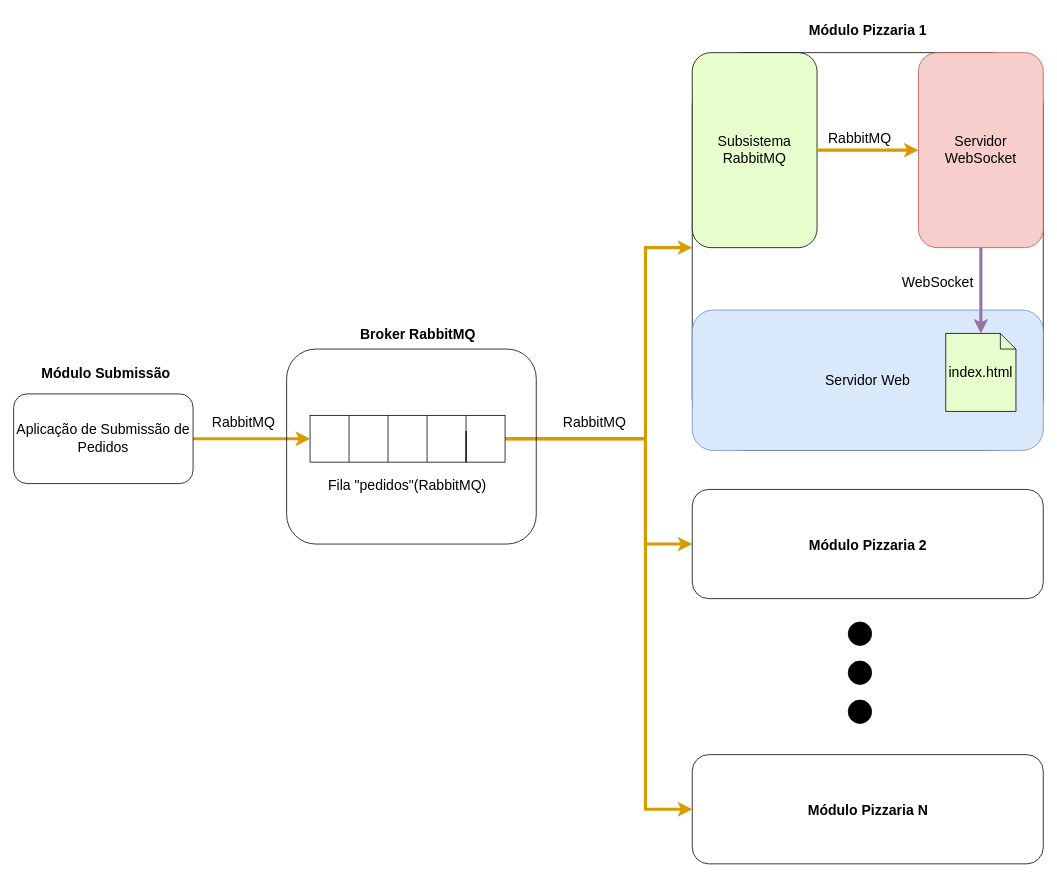
Before: resources/Rabbit Pizza.drawio in rafaelfl/rabbitmq-front-sd-2021-2, a draw.io diagram. Source tidied: cells renumbered, new cells numbered last; positions are measured from the earlier drawing's top-left corner, leaving out a move shared by most shapes. Both pictures are drawn from the tidied source at 78%, with x=0, y=0 at pixel (13, 13).
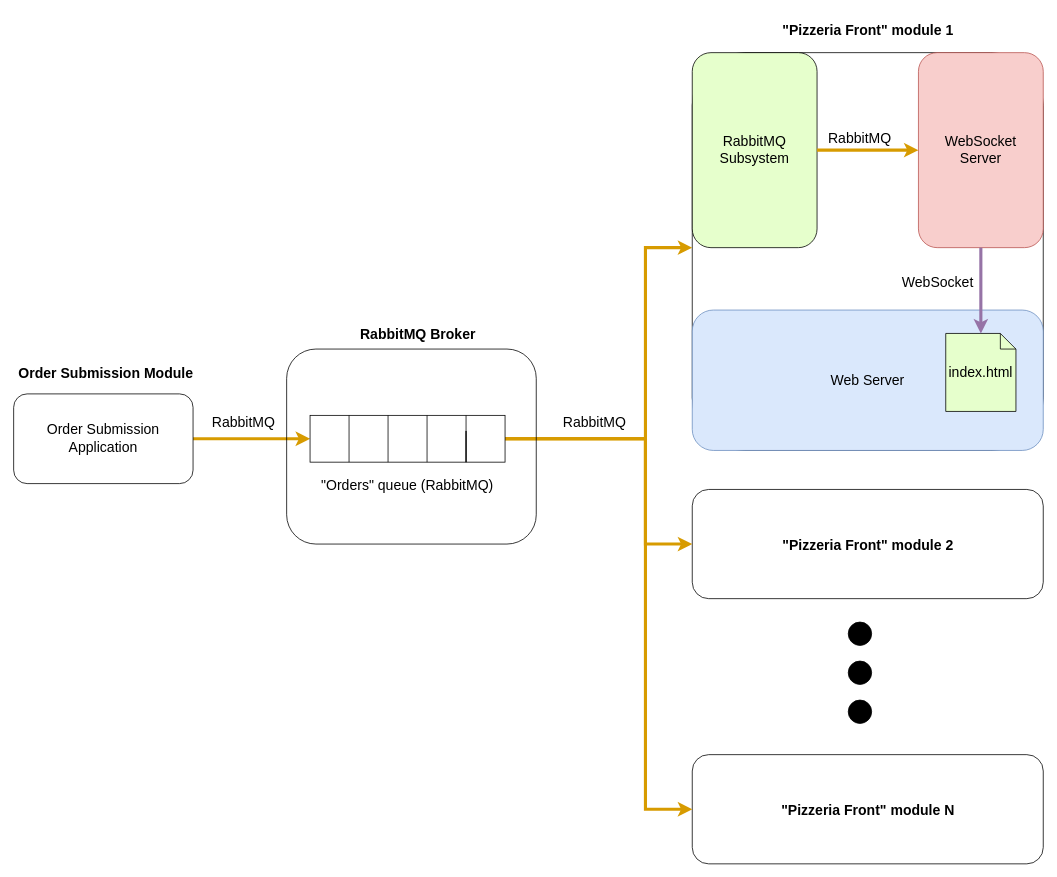
The same diagram, later.

The change refers to these unchanged cells:
```xml
<mxCell id="20" style="group;fillColor=default;" parent="1" vertex="1">
  <mxGeometry x="870" y="610" width="450" height="140" as="geometry" />
</mxCell>
<mxCell id="23" style="group;fillColor=default;" parent="1" vertex="1">
  <mxGeometry x="870" y="950" width="450" height="140" as="geometry" />
</mxCell>
<mxCell id="28" style="group;" parent="1" vertex="1">
  <mxGeometry x="350" y="370" width="320" height="310" as="geometry" />
</mxCell>
<mxCell id="38" style="group;" parent="1" vertex="1">
  <mxGeometry y="370" width="235" height="232.5" as="geometry" />
</mxCell>
```

Diff of the diagram source:
```diff
@@
-    <mxCell id="5" value="Subsistema RabbitMQ" style="rounded=1;whiteSpace=wrap;html=1;fontSize=18;fillColor=#E6FFCC;" parent="1" vertex="1">
+    <mxCell id="5" value="RabbitMQ&lt;br&gt;Subsystem" style="rounded=1;whiteSpace=wrap;html=1;fontSize=18;fillColor=#E6FFCC;" parent="1" vertex="1">
       <mxGeometry x="870" y="50" width="160" height="250" as="geometry" />
     </mxCell>
-    <mxCell id="6" value="Servidor WebSocket" style="rounded=1;whiteSpace=wrap;html=1;fontSize=18;fillColor=#f8cecc;strokeColor=#b85450;" parent="1" vertex="1">
+    <mxCell id="6" value="WebSocket&lt;br&gt;Server" style="rounded=1;whiteSpace=wrap;html=1;fontSize=18;fillColor=#f8cecc;strokeColor=#b85450;" parent="1" vertex="1">
       <mxGeometry x="1160" y="50" width="160" height="250" as="geometry" />
     </mxCell>
@@
-    <mxCell id="11" value="Servidor Web" style="rounded=1;whiteSpace=wrap;html=1;fontSize=18;fillColor=#dae8fc;strokeColor=#6c8ebf;" parent="1" vertex="1">
+    <mxCell id="11" value="Web Server" style="rounded=1;whiteSpace=wrap;html=1;fontSize=18;fillColor=#dae8fc;strokeColor=#6c8ebf;" parent="1" vertex="1">
       <mxGeometry x="870" y="380" width="450" height="180" as="geometry" />
     </mxCell>
@@
-    <mxCell id="15" value="&lt;font style=&quot;font-size: 18px&quot;&gt;Módulo Pizzaria 1&lt;/font&gt;" style="text;strokeColor=none;fillColor=none;html=1;fontSize=24;fontStyle=1;verticalAlign=middle;align=center;" parent="1" vertex="1">
+    <mxCell id="15" value="&lt;span style=&quot;font-size: 18px&quot;&gt;&quot;Pizzeria Front&quot; module 1&lt;/span&gt;" style="text;strokeColor=none;fillColor=none;html=1;fontSize=24;fontStyle=1;verticalAlign=middle;align=center;" parent="1" vertex="1">
       <mxGeometry x="977.5" width="235" height="40" as="geometry" />
     </mxCell>
@@
-    <mxCell id="22" value="&lt;font style=&quot;font-size: 18px&quot;&gt;Módulo Pizzaria 2&lt;/font&gt;" style="text;strokeColor=none;fillColor=none;html=1;fontSize=24;fontStyle=1;verticalAlign=middle;align=center;" parent="20" vertex="1">
+    <mxCell id="22" value="&lt;span style=&quot;font-size: 18px&quot;&gt;&quot;Pizzeria Front&quot; module 2&lt;/span&gt;" style="text;strokeColor=none;fillColor=none;html=1;fontSize=24;fontStyle=1;verticalAlign=middle;align=center;" parent="20" vertex="1">
       <mxGeometry x="107.5" y="50" width="235" height="40" as="geometry" />
     </mxCell>
@@
-    <mxCell id="25" value="&lt;font style=&quot;font-size: 18px&quot;&gt;Módulo Pizzaria N&lt;/font&gt;" style="text;strokeColor=none;fillColor=none;html=1;fontSize=24;fontStyle=1;verticalAlign=middle;align=center;" parent="23" vertex="1">
+    <mxCell id="25" value="&lt;span style=&quot;font-size: 18px&quot;&gt;&quot;Pizzeria Front&quot; module N&lt;/span&gt;" style="text;strokeColor=none;fillColor=none;html=1;fontSize=24;fontStyle=1;verticalAlign=middle;align=center;" parent="23" vertex="1">
       <mxGeometry x="107.5" y="50" width="235" height="40" as="geometry" />
     </mxCell>
@@
-    <mxCell id="36" value="Fila &quot;pedidos&quot;(RabbitMQ)" style="text;html=1;strokeColor=none;fillColor=none;align=center;verticalAlign=middle;whiteSpace=wrap;rounded=0;fontSize=18;" parent="28" vertex="1">
+    <mxCell id="36" value="&quot;Orders&quot; queue (RabbitMQ)" style="text;html=1;strokeColor=none;fillColor=none;align=center;verticalAlign=middle;whiteSpace=wrap;rounded=0;fontSize=18;" parent="28" vertex="1">
       <mxGeometry x="25" y="220" width="260" height="30" as="geometry" />
     </mxCell>
-    <mxCell id="37" value="&lt;font style=&quot;font-size: 18px&quot;&gt;Broker RabbitMQ&lt;/font&gt;" style="text;strokeColor=none;fillColor=none;html=1;fontSize=24;fontStyle=1;verticalAlign=middle;align=center;" parent="28" vertex="1">
+    <mxCell id="37" value="&lt;font style=&quot;font-size: 18px&quot;&gt;RabbitMQ&amp;nbsp;&lt;/font&gt;&lt;span style=&quot;font-size: 18px&quot;&gt;Broker&lt;/span&gt;" style="text;strokeColor=none;fillColor=none;html=1;fontSize=24;fontStyle=1;verticalAlign=middle;align=center;" parent="28" vertex="1">
       <mxGeometry x="50" y="20" width="235" height="40" as="geometry" />
     </mxCell>
@@
-    <mxCell id="39" value="Aplicação de Submissão de Pedidos" style="rounded=1;whiteSpace=wrap;html=1;fontSize=18;" parent="38" vertex="1">
+    <mxCell id="39" value="Order Submission Application" style="rounded=1;whiteSpace=wrap;html=1;fontSize=18;" parent="38" vertex="1">
       <mxGeometry y="117.5" width="230" height="115" as="geometry" />
     </mxCell>
-    <mxCell id="40" value="&lt;font style=&quot;font-size: 18px&quot;&gt;Módulo Submissão&lt;/font&gt;" style="text;strokeColor=none;fillColor=none;html=1;fontSize=24;fontStyle=1;verticalAlign=middle;align=center;" parent="38" vertex="1">
+    <mxCell id="40" value="&lt;font style=&quot;font-size: 18px&quot;&gt;Order Submission Module&lt;/font&gt;" style="text;strokeColor=none;fillColor=none;html=1;fontSize=24;fontStyle=1;verticalAlign=middle;align=center;" parent="38" vertex="1">
       <mxGeometry y="70" width="235" height="40" as="geometry" />
     </mxCell>
```
